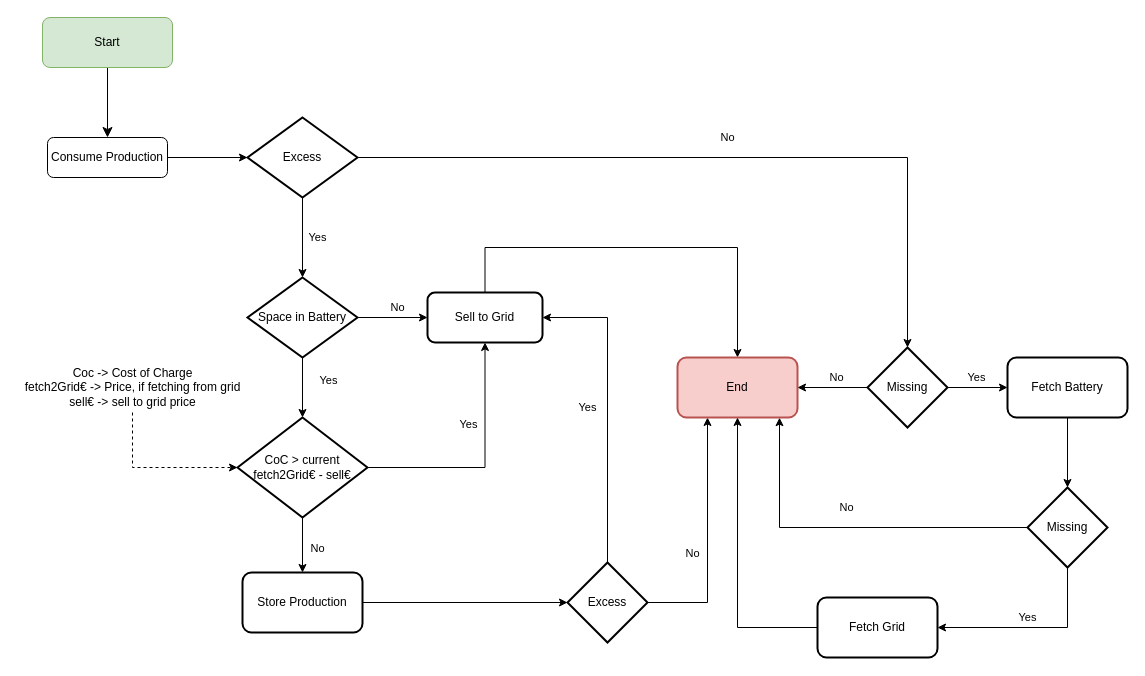
Earlier version of the draw.io diagram images/algorithm.drawio (miguelmatos-ua/sistema_gestao_rec). Source tidied: cells renumbered, new cells numbered last; positions are measured from the earlier drawing's top-left corner, leaving out a move shared by most shapes. Both pictures are drawn from the tidied source at 100%, with x=0, y=0 at pixel (17, 17).
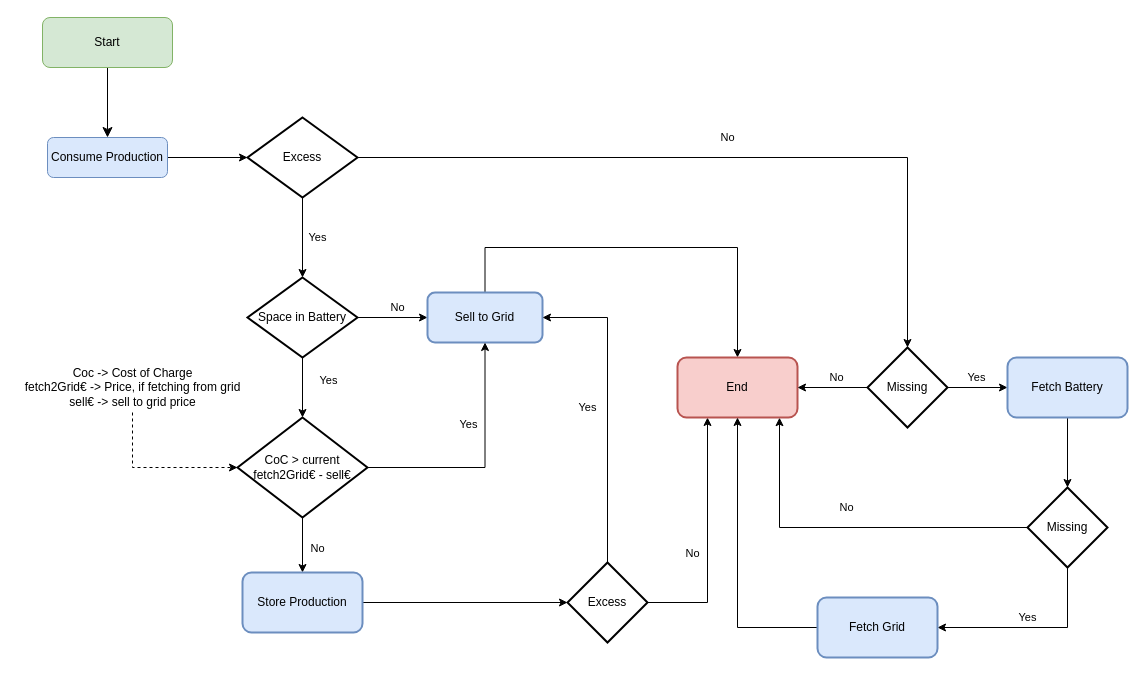
The same diagram, later.

Change to the diagram source:
```diff
@@
-    <mxCell id="5" value="Consume Production" style="rounded=1;whiteSpace=wrap;html=1;fontSize=12;glass=0;strokeWidth=1;shadow=0;" parent="1" vertex="1">
+    <mxCell id="5" value="Consume Production" style="rounded=1;whiteSpace=wrap;html=1;fontSize=12;glass=0;strokeWidth=1;shadow=0;fillColor=#dae8fc;strokeColor=#6c8ebf;" parent="1" vertex="1">
       <mxGeometry x="30" y="120" width="120" height="40" as="geometry" />
     </mxCell>
@@
-    <mxCell id="14" value="Sell to Grid" style="whiteSpace=wrap;html=1;strokeWidth=2;gradientColor=none;rounded=1;" parent="1" vertex="1">
+    <mxCell id="14" value="Sell to Grid" style="whiteSpace=wrap;html=1;strokeWidth=2;rounded=1;fillColor=#dae8fc;strokeColor=#6c8ebf;" parent="1" vertex="1">
       <mxGeometry x="410" y="275" width="115" height="50" as="geometry" />
     </mxCell>
@@
-    <mxCell id="19" value="Store Production" style="whiteSpace=wrap;html=1;strokeWidth=2;rounded=1;" parent="1" vertex="1">
+    <mxCell id="19" value="Store Production" style="whiteSpace=wrap;html=1;strokeWidth=2;rounded=1;fillColor=#dae8fc;strokeColor=#6c8ebf;" parent="1" vertex="1">
       <mxGeometry x="225" y="555" width="120" height="60" as="geometry" />
     </mxCell>
@@
-    <mxCell id="29" value="Fetch Battery" style="whiteSpace=wrap;html=1;strokeWidth=2;rounded=1;" parent="1" vertex="1">
+    <mxCell id="29" value="Fetch Battery" style="whiteSpace=wrap;html=1;strokeWidth=2;rounded=1;fillColor=#dae8fc;strokeColor=#6c8ebf;" parent="1" vertex="1">
       <mxGeometry x="990" y="340" width="120" height="60" as="geometry" />
     </mxCell>
@@
-    <mxCell id="34" value="Fetch Grid" style="whiteSpace=wrap;html=1;strokeWidth=2;rounded=1;" parent="1" vertex="1">
+    <mxCell id="34" value="Fetch Grid" style="whiteSpace=wrap;html=1;strokeWidth=2;rounded=1;fillColor=#dae8fc;strokeColor=#6c8ebf;" parent="1" vertex="1">
       <mxGeometry x="800" y="580" width="120" height="60" as="geometry" />
     </mxCell>
```
